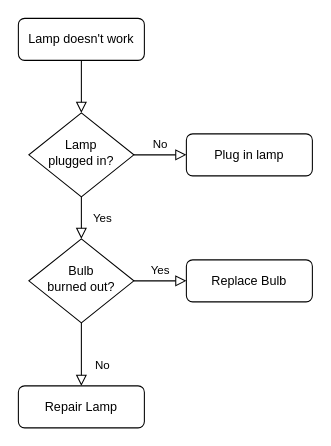
jiajianfeng1993/draw.io keeps this draw.io diagram as Untitled Diagram.drawio. Above is the earlier version. Source tidied: cells renumbered, new cells numbered last; positions are measured from the earlier drawing's top-left corner, leaving out a move shared by most shapes. Both pictures are drawn from the tidied source at 105%, with x=0, y=0 at pixel (18, 18).
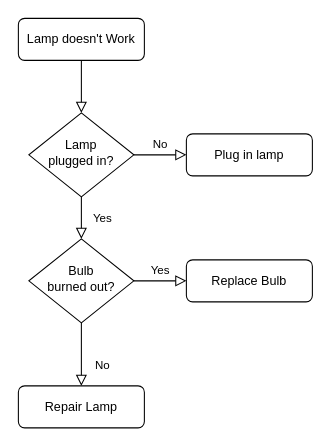
The same page after the edit.

Change to the diagram source:
```diff
@@
 <mxGraphModel>
   <root>
     <mxCell id="0" />
     <mxCell id="1" parent="0" />
     <mxCell id="2" style="rounded=0;html=1;jettySize=auto;fontSize=11;endArrow=block;endFill=0;endSize=8;strokeWidth=1;shadow=0;labelBackgroundColor=none;edgeStyle=orthogonalEdgeStyle;" parent="1" edge="1" source="3" target="6">
       <mxGeometry relative="1" as="geometry" />
     </mxCell>
-    <mxCell id="3" value="Lamp doesn't work" style="rounded=1;whiteSpace=wrap;html=1;fontSize=12;glass=0;strokeWidth=1;shadow=0;" parent="1" vertex="1">
+    <mxCell id="3" value="Lamp doesn't Work" style="rounded=1;whiteSpace=wrap;html=1;fontSize=12;glass=0;strokeWidth=1;shadow=0;" parent="1" vertex="1">
       <mxGeometry width="120" height="40" as="geometry" />
     </mxCell>
     <mxCell id="4" value="Yes" style="rounded=0;html=1;jettySize=auto;fontSize=11;endArrow=block;endFill=0;endSize=8;strokeWidth=1;shadow=0;labelBackgroundColor=none;edgeStyle=orthogonalEdgeStyle;" parent="1" edge="1" source="6" target="10">
       <mxGeometry y="20" relative="1" as="geometry" />
     </mxCell>
     <mxCell id="5" value="No" style="edgeStyle=orthogonalEdgeStyle;rounded=0;html=1;jettySize=auto;fontSize=11;endArrow=block;endFill=0;endSize=8;strokeWidth=1;shadow=0;labelBackgroundColor=none;" parent="1" edge="1" source="6" target="7">
       <mxGeometry y="10" relative="1" as="geometry" />
     </mxCell>
     <mxCell id="6" value="Lamp&lt;br&gt;plugged in?" style="rhombus;whiteSpace=wrap;html=1;shadow=0;fontFamily=Helvetica;fontSize=12;align=center;strokeWidth=1;spacing=6;spacingTop=-4;" parent="1" vertex="1">
       <mxGeometry x="10" y="90" width="100" height="80" as="geometry" />
     </mxCell>
     <mxCell id="7" value="Plug in lamp" style="rounded=1;whiteSpace=wrap;html=1;fontSize=12;glass=0;strokeWidth=1;shadow=0;" parent="1" vertex="1">
       <mxGeometry x="160" y="110" width="120" height="40" as="geometry" />
     </mxCell>
     <mxCell id="8" value="No" style="rounded=0;html=1;jettySize=auto;fontSize=11;endArrow=block;endFill=0;endSize=8;strokeWidth=1;shadow=0;labelBackgroundColor=none;edgeStyle=orthogonalEdgeStyle;" parent="1" edge="1" source="10" target="11">
       <mxGeometry x="0.33" y="20" relative="1" as="geometry" />
     </mxCell>
     <mxCell id="9" value="Yes" style="edgeStyle=orthogonalEdgeStyle;rounded=0;html=1;jettySize=auto;fontSize=11;endArrow=block;endFill=0;endSize=8;strokeWidth=1;shadow=0;labelBackgroundColor=none;" parent="1" edge="1" source="10" target="12">
       <mxGeometry y="10" relative="1" as="geometry" />
     </mxCell>
     <mxCell id="10" value="Bulb&lt;br&gt;burned out?" style="rhombus;whiteSpace=wrap;html=1;shadow=0;fontFamily=Helvetica;fontSize=12;align=center;strokeWidth=1;spacing=6;spacingTop=-4;" parent="1" vertex="1">
       <mxGeometry x="10" y="210" width="100" height="80" as="geometry" />
     </mxCell>
     <mxCell id="11" value="Repair Lamp" style="rounded=1;whiteSpace=wrap;html=1;fontSize=12;glass=0;strokeWidth=1;shadow=0;" parent="1" vertex="1">
       <mxGeometry y="350" width="120" height="40" as="geometry" />
     </mxCell>
     <mxCell id="12" value="Replace Bulb" style="rounded=1;whiteSpace=wrap;html=1;fontSize=12;glass=0;strokeWidth=1;shadow=0;" parent="1" vertex="1">
       <mxGeometry x="160" y="230" width="120" height="40" as="geometry" />
     </mxCell>
   </root>
 </mxGraphModel>
```
